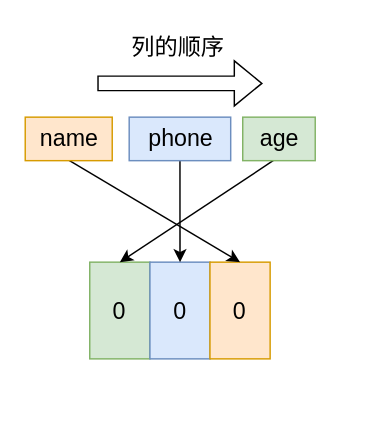
xiaolincoder/ImageHost4 keeps this draw.io diagram as mysql/row_format/null值列表.drawio. Above is the earlier version. Source tidied: cells renumbered, new cells numbered last; positions are measured from the earlier drawing's top-left corner, leaving out a move shared by most shapes. Both pictures are drawn from the tidied source at 145%, with x=0, y=0 at pixel (25, 25).
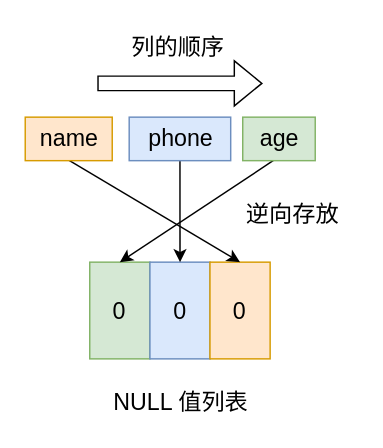
The same diagram, later.

Commit message (it also covers changes not shown here):
更新null值列表.drawio

Diff of the diagram source:
```diff
@@
 <mxGraphModel>
   <root>
     <mxCell id="0" />
     <mxCell id="1" parent="0" />
     <mxCell id="2" value="0" style="rounded=0;whiteSpace=wrap;html=1;fontSize=16;fillColor=#d5e8d4;strokeColor=#82b366;" parent="1" vertex="1">
       <mxGeometry x="44.4" y="163.3" width="41.5" height="66.7" as="geometry" />
     </mxCell>
     <mxCell id="3" value="0" style="rounded=0;whiteSpace=wrap;html=1;fontSize=16;fillColor=#dae8fc;strokeColor=#6c8ebf;" parent="1" vertex="1">
       <mxGeometry x="85.9" y="163.3" width="41.5" height="66.7" as="geometry" />
     </mxCell>
     <mxCell id="4" value="0" style="rounded=0;whiteSpace=wrap;html=1;fontSize=16;fillColor=#ffe6cc;strokeColor=#d79b00;" parent="1" vertex="1">
       <mxGeometry x="127.3" y="163.3" width="41.5" height="66.7" as="geometry" />
     </mxCell>
     <mxCell id="5" style="edgeStyle=none;rounded=0;jettySize=auto;html=1;entryX=0.5;entryY=0;entryDx=0;entryDy=0;exitX=0.48;exitY=0.967;exitDx=0;exitDy=0;exitPerimeter=0;fontSize=16;" parent="1" edge="1" source="6" target="4">
       <mxGeometry relative="1" as="geometry" />
     </mxCell>
     <mxCell id="6" value="name" style="text;html=1;align=center;verticalAlign=middle;points=[];strokeColor=#d79b00;fillColor=#ffe6cc;fontSize=16;" parent="1" vertex="1">
       <mxGeometry x="-0.1" y="63.3" width="60" height="30" as="geometry" />
     </mxCell>
     <mxCell id="7" style="edgeStyle=none;rounded=0;jettySize=auto;html=1;entryX=0.5;entryY=0;entryDx=0;entryDy=0;fontSize=16;" parent="1" edge="1" source="8" target="3">
       <mxGeometry relative="1" as="geometry" />
     </mxCell>
     <mxCell id="8" value="phone" style="text;html=1;align=center;verticalAlign=middle;points=[];strokeColor=#6c8ebf;fillColor=#dae8fc;fontSize=16;" parent="1" vertex="1">
       <mxGeometry x="71.6" y="63.3" width="70" height="30" as="geometry" />
     </mxCell>
     <mxCell id="9" style="rounded=0;jettySize=auto;html=1;entryX=0.5;entryY=0;entryDx=0;entryDy=0;exitX=0.45;exitY=0.967;exitDx=0;exitDy=0;exitPerimeter=0;fontSize=16;" parent="1" edge="1" source="10" target="2">
       <mxGeometry relative="1" as="geometry" />
     </mxCell>
     <mxCell id="10" value="age" style="text;html=1;align=center;verticalAlign=middle;points=[];strokeColor=#82b366;fillColor=#d5e8d4;fontSize=16;" parent="1" vertex="1">
       <mxGeometry x="149.9" y="63.3" width="50" height="30" as="geometry" />
     </mxCell>
     <mxCell id="11" style="shape=flexArrow;endArrow=classic;html=1;rounded=0;fontSize=16;" parent="1" edge="1">
       <mxGeometry relative="1" as="geometry">
         <mxPoint x="49.6" y="40" as="sourcePoint" />
         <mxPoint x="163.6" y="40" as="targetPoint" />
       </mxGeometry>
     </mxCell>
     <mxCell id="12" value="列的顺序" style="text;html=1;align=center;verticalAlign=middle;strokeColor=none;fillColor=none;fontSize=16;" parent="1" vertex="1">
       <mxGeometry x="59.9" width="90" height="30" as="geometry" />
     </mxCell>
+    <mxCell id="13" value="逆向存放" style="text;html=1;align=center;verticalAlign=middle;strokeColor=none;fillColor=none;fontSize=16;" parent="1" vertex="1">
+      <mxGeometry x="139" y="115" width="90" height="30" as="geometry" />
+    </mxCell>
+    <mxCell id="14" value="NULL 值列表" style="text;html=1;align=center;verticalAlign=middle;strokeColor=none;fillColor=none;fontSize=16;" parent="1" vertex="1">
+      <mxGeometry x="46.6" y="245" width="120" height="30" as="geometry" />
+    </mxCell>
   </root>
 </mxGraphModel>
```
